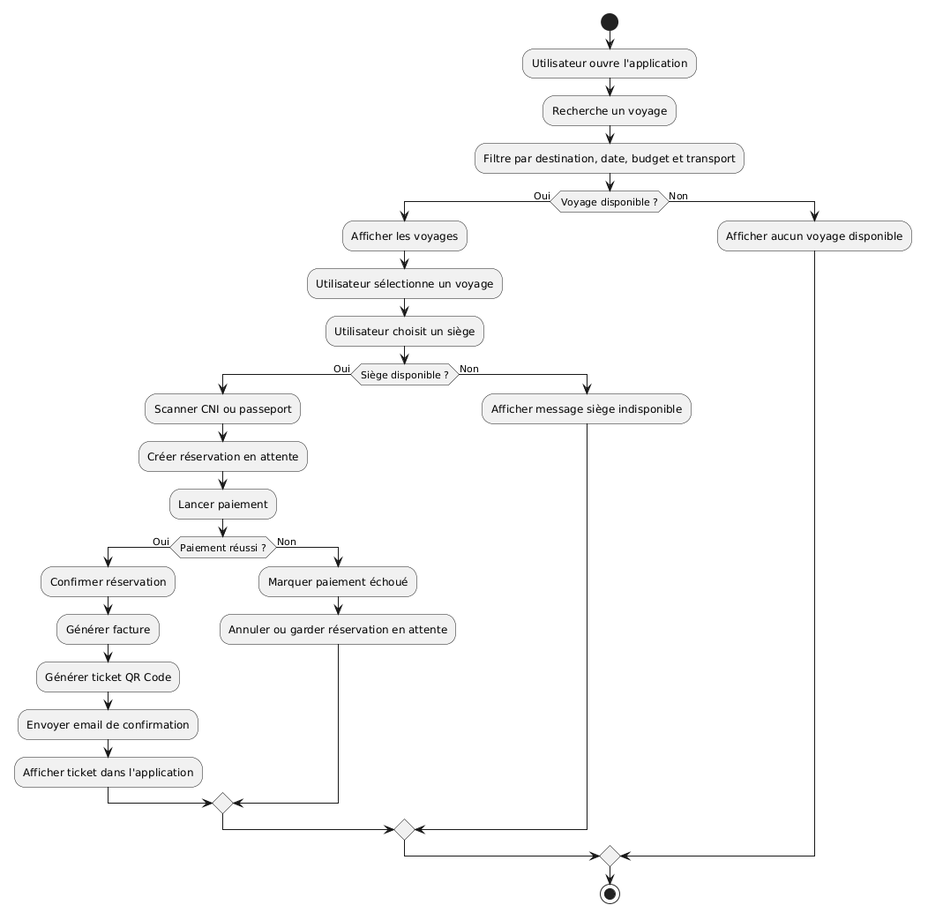
This is docs/Modelisation/Activite_Reservation.png from Mckhck101/Gofleet, a PlantUML export, as it was before one commit. Source of this version:
```plantuml
@startuml
start

:Utilisateur ouvre l'application;
:Recherche un voyage;
:Filtre par destination, date, budget et transport;

if (Voyage disponible ?) then (Oui)
  :Afficher les voyages;
  :Utilisateur sélectionne un voyage;
  :Utilisateur choisit un siège;

  if (Siège disponible ?) then (Oui)
    :Scanner CNI ou passeport;
    :Créer réservation en attente;
    :Lancer paiement;

    if (Paiement réussi ?) then (Oui)
      :Confirmer réservation;
      :Générer facture;
      :Générer ticket QR Code;
      :Envoyer email de confirmation;
      :Afficher ticket dans l'application;
    else (Non)
      :Marquer paiement échoué;
      :Annuler ou garder réservation en attente;
    endif

  else (Non)
    :Afficher message siège indisponible;
  endif

else (Non)
  :Afficher aucun voyage disponible;
endif

stop
@enduml
```
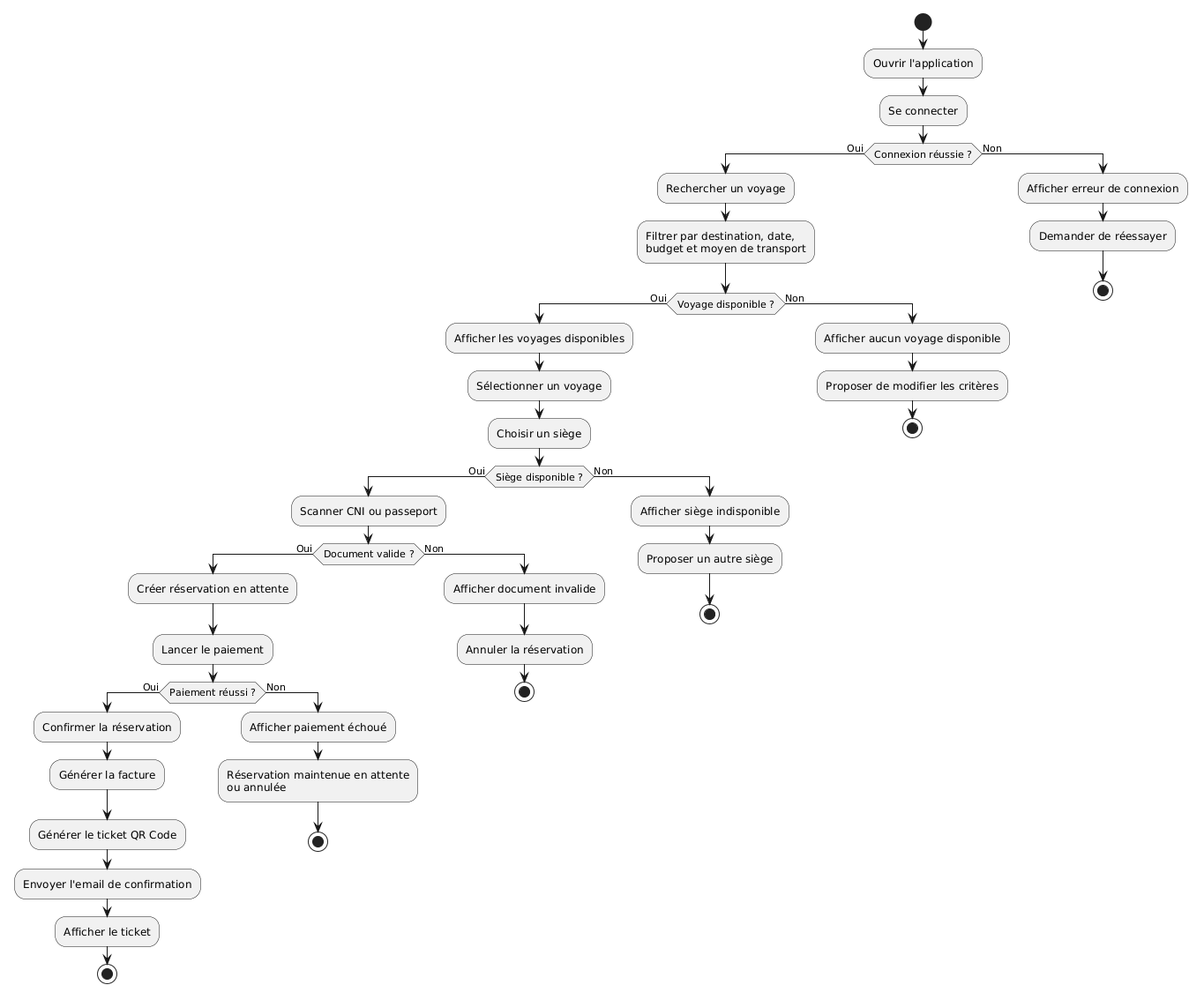
The same diagram one commit later.

The edit, as a diff of the source:
```diff
@@ -1,38 +1,59 @@
 @startuml
 start
 
-:Utilisateur ouvre l'application;
-:Recherche un voyage;
-:Filtre par destination, date, budget et transport;
+:Ouvrir l'application;
+:Se connecter;
 
-if (Voyage disponible ?) then (Oui)
-  :Afficher les voyages;
-  :Utilisateur sélectionne un voyage;
-  :Utilisateur choisit un siège;
+if (Connexion réussie ?) then (Oui)
+  :Rechercher un voyage;
+  :Filtrer par destination, date,\nbudget et moyen de transport;
 
-  if (Siège disponible ?) then (Oui)
-    :Scanner CNI ou passeport;
-    :Créer réservation en attente;
-    :Lancer paiement;
+  if (Voyage disponible ?) then (Oui)
+    :Afficher les voyages disponibles;
+    :Sélectionner un voyage;
+    :Choisir un siège;
 
-    if (Paiement réussi ?) then (Oui)
-      :Confirmer réservation;
-      :Générer facture;
-      :Générer ticket QR Code;
-      :Envoyer email de confirmation;
-      :Afficher ticket dans l'application;
+    if (Siège disponible ?) then (Oui)
+      :Scanner CNI ou passeport;
+
+      if (Document valide ?) then (Oui)
+        :Créer réservation en attente;
+        :Lancer le paiement;
+
+        if (Paiement réussi ?) then (Oui)
+          :Confirmer la réservation;
+          :Générer la facture;
+          :Générer le ticket QR Code;
+          :Envoyer l'email de confirmation;
+          :Afficher le ticket;
+          stop
+        else (Non)
+          :Afficher paiement échoué;
+          :Réservation maintenue en attente\nou annulée;
+          stop
+        endif
+
+      else (Non)
+        :Afficher document invalide;
+        :Annuler la réservation;
+        stop
+      endif
+
     else (Non)
-      :Marquer paiement échoué;
-      :Annuler ou garder réservation en attente;
+      :Afficher siège indisponible;
+      :Proposer un autre siège;
+      stop
     endif
 
   else (Non)
-    :Afficher message siège indisponible;
+    :Afficher aucun voyage disponible;
+    :Proposer de modifier les critères;
+    stop
   endif
 
 else (Non)
-  :Afficher aucun voyage disponible;
+  :Afficher erreur de connexion;
+  :Demander de réessayer;
+  stop
 endif
-
-stop
 @enduml
```
